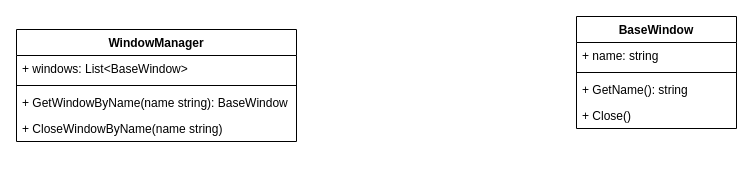
This is SkyRunClient.drawio from yezyuz/SkyRunUMLs, a draw.io file, before an edit. Source tidied: cells renumbered, new cells numbered last; positions are measured from the earlier drawing's top-left corner, leaving out a move shared by most shapes. Both pictures are drawn from the tidied source at 100%, with x=0, y=0 at pixel (16, 16).
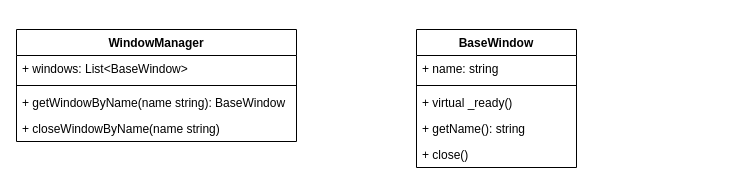
The same diagram, later.

Diff of the diagram source:
```diff
@@
 <mxGraphModel>
   <root>
     <mxCell id="0" />
     <mxCell id="1" parent="0" />
     <mxCell id="2" value="BaseWindow&#10;" style="swimlane;fontStyle=1;align=center;verticalAlign=top;horizontal=1;startSize=26;" parent="1" vertex="1">
-      <mxGeometry x="560" width="160" height="112" as="geometry" />
+      <mxGeometry x="400" y="13" width="160" height="138" as="geometry" />
     </mxCell>
     <mxCell id="3" value="+ name: string&#10;" style="text;strokeColor=none;fillColor=none;align=left;verticalAlign=top;spacingLeft=4;spacingRight=4;overflow=hidden;" parent="2" vertex="1">
       <mxGeometry y="26" width="160" height="26" as="geometry" />
     </mxCell>
     <mxCell id="4" style="line;strokeWidth=1;fillColor=none;align=left;verticalAlign=middle;spacingTop=-1;spacingLeft=3;spacingRight=3;labelPosition=right;strokeColor=inherit;" parent="2" vertex="1">
       <mxGeometry y="52" width="160" height="8" as="geometry" />
     </mxCell>
+    <mxCell id="12" value="+ virtual _ready()" style="text;strokeColor=none;fillColor=none;align=left;verticalAlign=top;spacingLeft=4;spacingRight=4;overflow=hidden;" parent="2" vertex="1">
+      <mxGeometry y="60" width="160" height="26" as="geometry" />
+    </mxCell>
-    <mxCell id="5" value="+ GetName(): string" style="text;strokeColor=none;fillColor=none;align=left;verticalAlign=top;spacingLeft=4;spacingRight=4;overflow=hidden;" parent="2" vertex="1">
-      <mxGeometry y="60" width="160" height="26" as="geometry" />
+    <mxCell id="5" value="+ getName(): string" style="text;strokeColor=none;fillColor=none;align=left;verticalAlign=top;spacingLeft=4;spacingRight=4;overflow=hidden;" parent="2" vertex="1">
+      <mxGeometry y="86" width="160" height="26" as="geometry" />
     </mxCell>
-    <mxCell id="6" value="+ Close()" style="text;strokeColor=none;fillColor=none;align=left;verticalAlign=top;spacingLeft=4;spacingRight=4;overflow=hidden;" parent="2" vertex="1">
-      <mxGeometry y="86" width="160" height="26" as="geometry" />
+    <mxCell id="6" value="+ close()" style="text;strokeColor=none;fillColor=none;align=left;verticalAlign=top;spacingLeft=4;spacingRight=4;overflow=hidden;" parent="2" vertex="1">
+      <mxGeometry y="112" width="160" height="26" as="geometry" />
     </mxCell>
     <mxCell id="7" value="WindowManager&#10;" style="swimlane;fontStyle=1;align=center;verticalAlign=top;horizontal=1;startSize=26;" parent="1" vertex="1">
       <mxGeometry y="13" width="280" height="112" as="geometry" />
     </mxCell>
     <mxCell id="8" value="+ windows: List&lt;BaseWindow&gt;" style="text;strokeColor=none;fillColor=none;align=left;verticalAlign=top;spacingLeft=4;spacingRight=4;overflow=hidden;" parent="7" vertex="1">
       <mxGeometry y="26" width="280" height="26" as="geometry" />
     </mxCell>
     <mxCell id="9" style="line;strokeWidth=1;fillColor=none;align=left;verticalAlign=middle;spacingTop=-1;spacingLeft=3;spacingRight=3;labelPosition=right;strokeColor=inherit;" parent="7" vertex="1">
       <mxGeometry y="52" width="280" height="8" as="geometry" />
     </mxCell>
-    <mxCell id="10" value="+ GetWindowByName(name string): BaseWindow&#10;" style="text;strokeColor=none;fillColor=none;align=left;verticalAlign=top;spacingLeft=4;spacingRight=4;overflow=hidden;" parent="7" vertex="1">
+    <mxCell id="10" value="+ getWindowByName(name string): BaseWindow&#10;" style="text;strokeColor=none;fillColor=none;align=left;verticalAlign=top;spacingLeft=4;spacingRight=4;overflow=hidden;" parent="7" vertex="1">
       <mxGeometry y="60" width="280" height="26" as="geometry" />
     </mxCell>
-    <mxCell id="11" value="+ CloseWindowByName(name string)&#10;" style="text;strokeColor=none;fillColor=none;align=left;verticalAlign=top;spacingLeft=4;spacingRight=4;overflow=hidden;" parent="7" vertex="1">
+    <mxCell id="11" value="+ closeWindowByName(name string)&#10;" style="text;strokeColor=none;fillColor=none;align=left;verticalAlign=top;spacingLeft=4;spacingRight=4;overflow=hidden;" parent="7" vertex="1">
       <mxGeometry y="86" width="280" height="26" as="geometry" />
     </mxCell>
   </root>
 </mxGraphModel>
```
